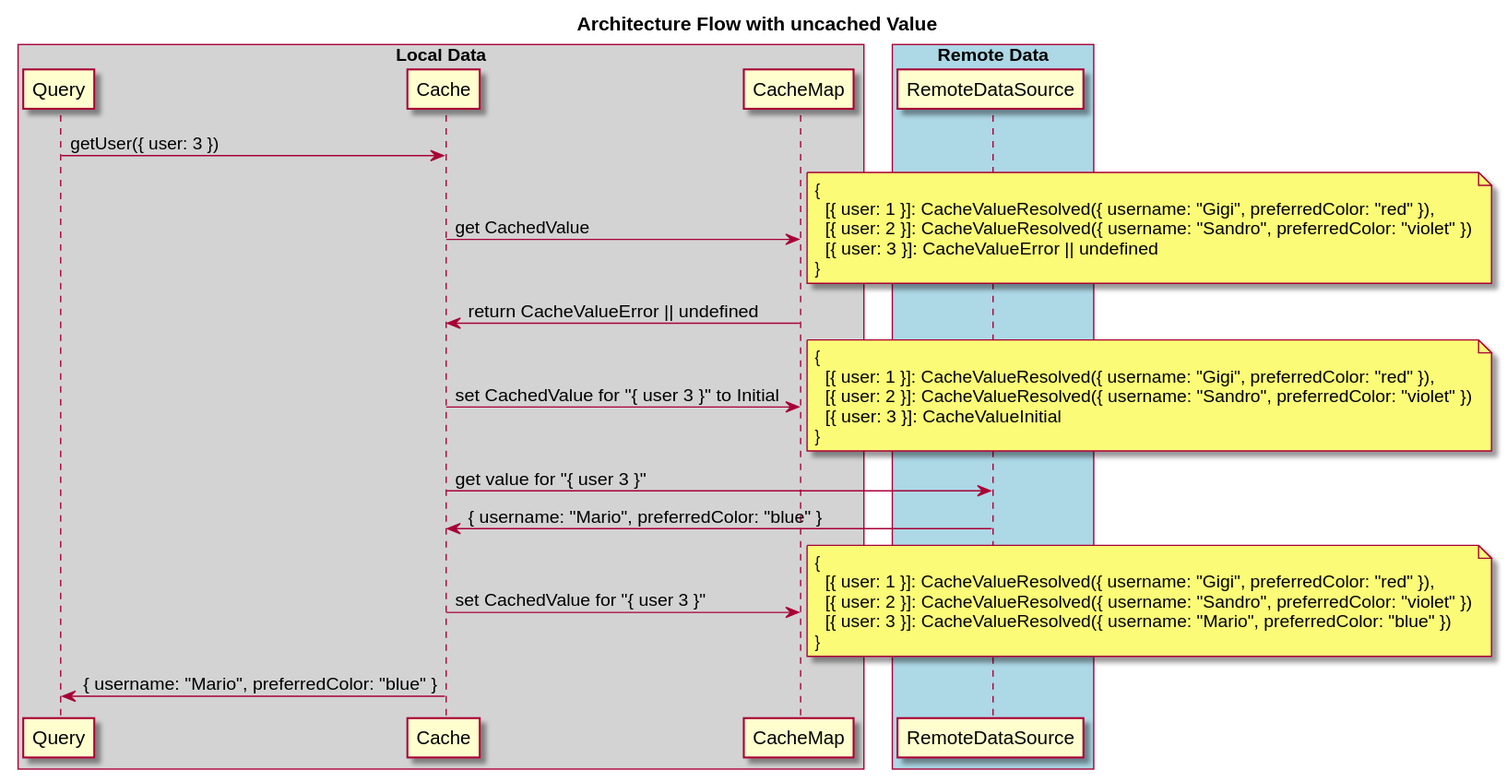
Above: docs/UncachedOrErrorValue.svg in buildo/avenger (PlantUML), before the change.
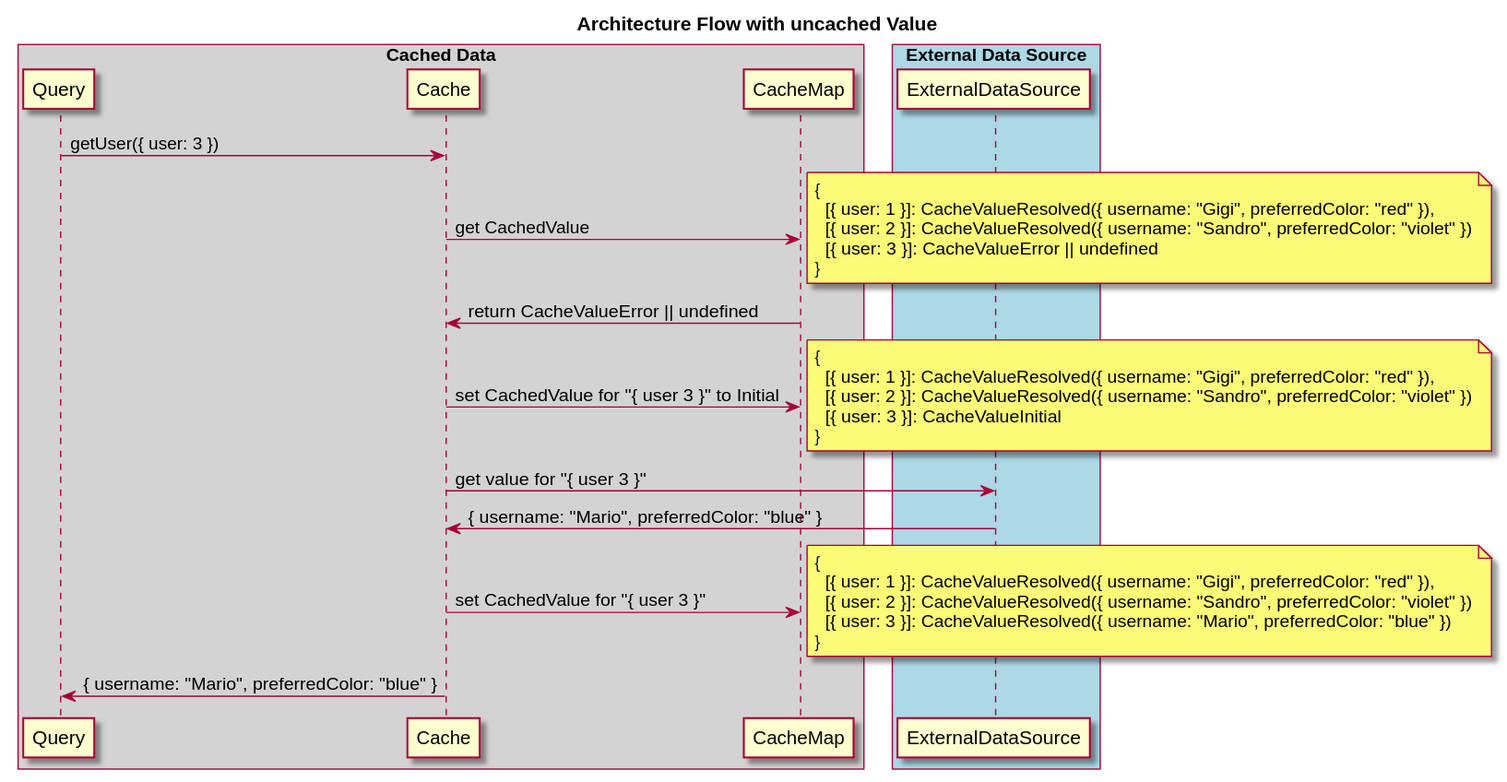
After the commit.

Change to the diagram source:
```diff
@@ -5,14 +5,14 @@
 Architecture Flow with uncached Value
 end title
 
-box "Local Data" #LightGray
+box "Cached Data" #LightGray
 participant Query
 participant Cache
 participant CacheMap
 end box
 
-box "Remote Data" #LightBlue
-participant RemoteDataSource
+box "External Data Source" #LightBlue
+participant ExternalDataSource
 end box
 
 Query -> Cache : getUser({ user: 3 })
@@ -33,8 +33,8 @@
   [{ user: 3 }]: CacheValueInitial
 }
 end note
-Cache -> RemoteDataSource : get value for "{ user 3 }"
-RemoteDataSource -> Cache : { username: "Mario", preferredColor: "blue" }
+Cache -> ExternalDataSource : get value for "{ user 3 }"
+ExternalDataSource -> Cache : { username: "Mario", preferredColor: "blue" }
 Cache -> CacheMap : set CachedValue for "{ user 3 }"
 note right
 {
```
